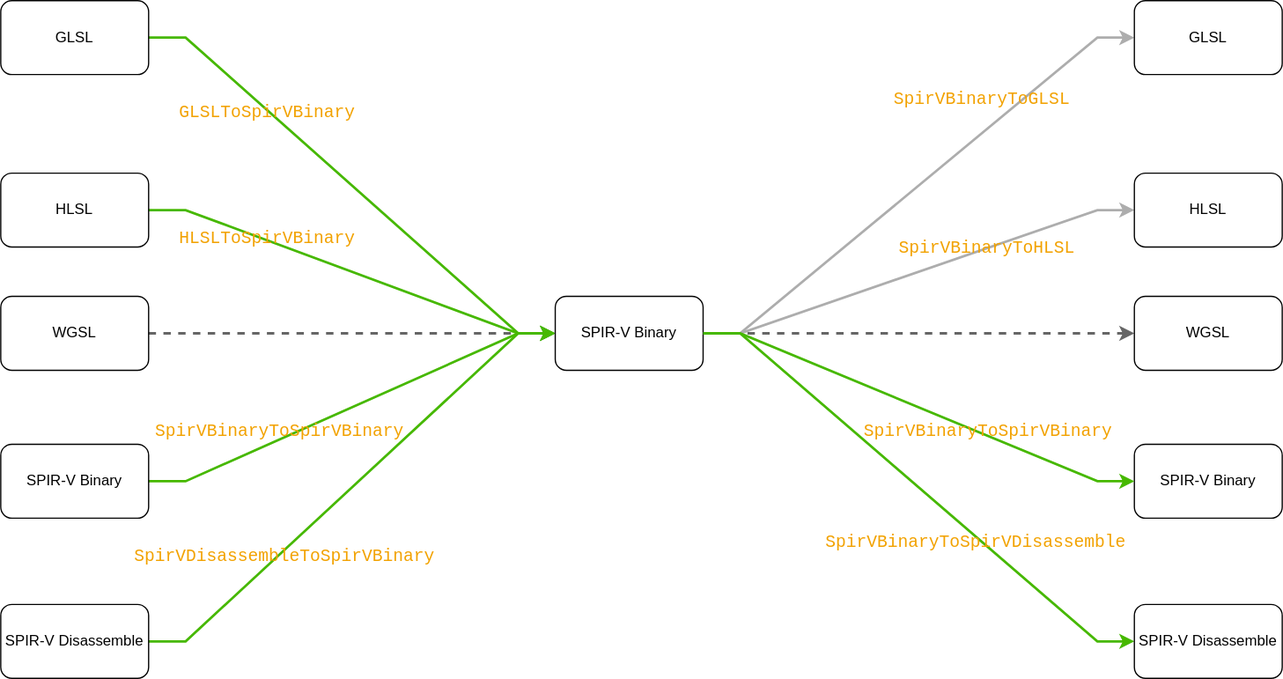
Before: source/_static/WebGPU/ShaderCompiler/ConvertMap.drawio.svg, a diagram exported from draw.io (FuXiii/Essentials.of.Vulkan). Source tidied: cells renumbered, new cells last; positions are measured from the earlier drawing's top-left corner, leaving out a move shared by most shapes.
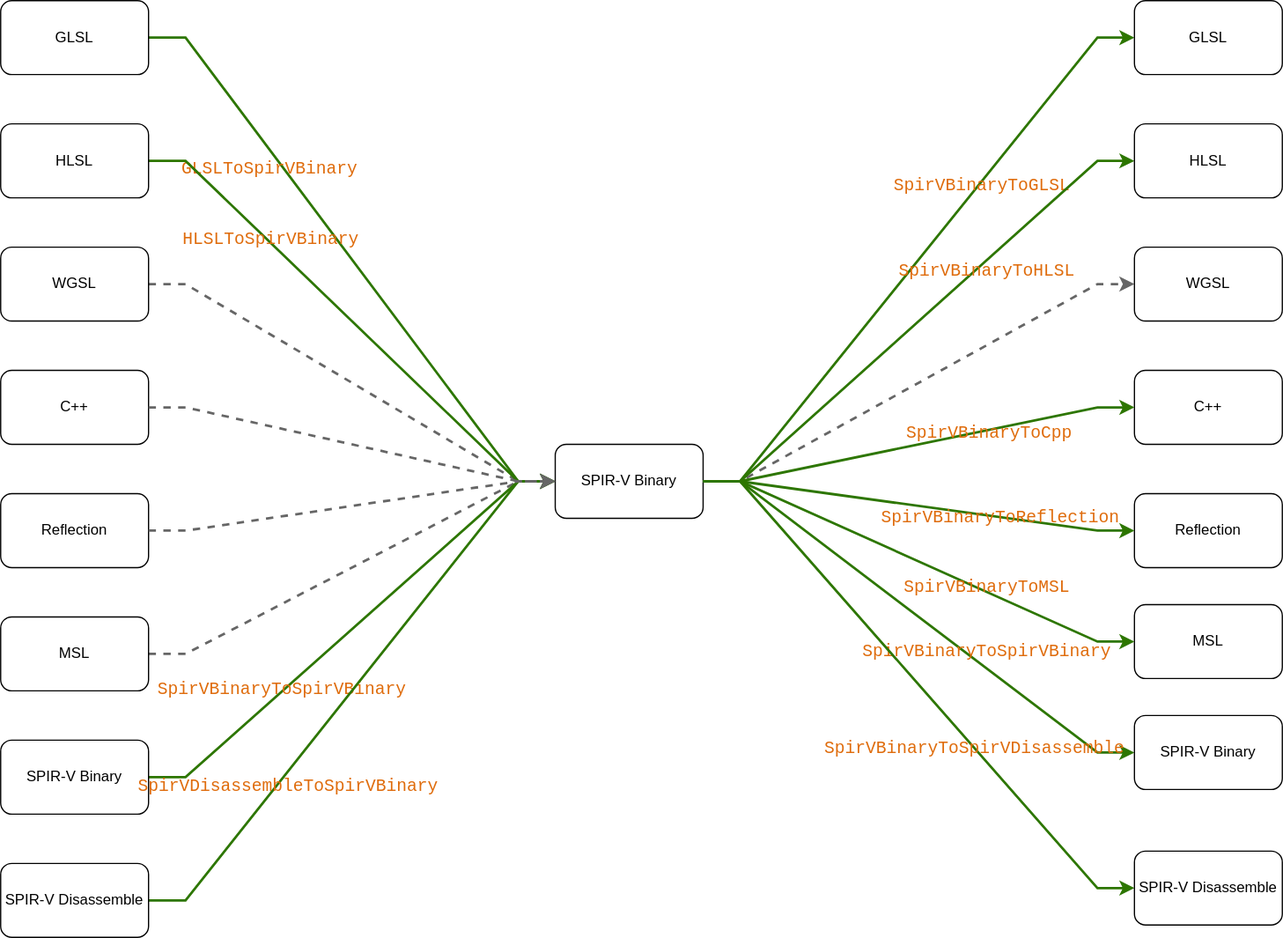
The same diagram one commit later.

What changed in the source:
```diff
@@ -2,27 +2,30 @@
   <root>
     <mxCell id="0" />
     <mxCell id="1" parent="0" />
+    <mxCell id="31" style="edgeStyle=entityRelationEdgeStyle;rounded=0;jettySize=auto;html=1;dashed=1;fillColor=#f5f5f5;gradientColor=#b3b3b3;strokeColor=#666666;strokeWidth=2;" parent="1" edge="1" source="32" target="23">
+      <mxGeometry relative="1" as="geometry" />
+    </mxCell>
     <mxCell id="2" style="edgeStyle=entityRelationEdgeStyle;rounded=0;jettySize=auto;html=1;dashed=1;fillColor=#f5f5f5;gradientColor=#b3b3b3;strokeColor=#666666;strokeWidth=2;" parent="1" edge="1" source="23" target="28">
       <mxGeometry relative="1" as="geometry" />
     </mxCell>
     <mxCell id="3" style="edgeStyle=entityRelationEdgeStyle;rounded=0;jettySize=auto;html=1;dashed=1;fillColor=#f5f5f5;gradientColor=#b3b3b3;strokeColor=#666666;strokeWidth=2;" parent="1" edge="1" source="16" target="23">
       <mxGeometry relative="1" as="geometry" />
     </mxCell>
-    <mxCell id="4" style="edgeStyle=entityRelationEdgeStyle;rounded=0;jettySize=auto;html=1;fillColor=#60a917;strokeColor=#46B800;strokeWidth=2;" parent="1" edge="1" source="6" target="23">
+    <mxCell id="4" style="edgeStyle=entityRelationEdgeStyle;rounded=0;jettySize=auto;html=1;fillColor=#60a917;strokeColor=#2D7600;strokeWidth=2;" parent="1" edge="1" source="6" target="23">
       <mxGeometry relative="1" as="geometry" />
     </mxCell>
-    <mxCell id="5" value="&lt;div style=&quot;font-family: Consolas, &amp;quot;Courier New&amp;quot;, monospace; font-size: 14px; line-height: 19px;&quot;&gt;&lt;span style=&quot;&quot;&gt;GLSLToSpirVBinary&lt;/span&gt;&lt;/div&gt;" style="edgeLabel;html=1;align=center;verticalAlign=middle;labelBackgroundColor=none;fontColor=#F2A200;" parent="4" vertex="1">
+    <mxCell id="5" value="&lt;div style=&quot;font-family: Consolas, &amp;quot;Courier New&amp;quot;, monospace; font-size: 14px; line-height: 19px;&quot;&gt;&lt;span style=&quot;&quot;&gt;GLSLToSpirVBinary&lt;/span&gt;&lt;/div&gt;" style="edgeLabel;html=1;align=center;verticalAlign=middle;fontColor=#DF6C0C;labelBackgroundColor=none;" parent="4" vertex="1">
       <mxGeometry x="-0.22" y="1" relative="1" as="geometry">
         <mxPoint x="-35" y="-28" as="offset" />
       </mxGeometry>
     </mxCell>
     <mxCell id="6" value="GLSL" style="rounded=1;whiteSpace=wrap;html=1;" parent="1" vertex="1">
-      <mxGeometry width="120" height="60" as="geometry" />
+      <mxGeometry y="40" width="120" height="60" as="geometry" />
     </mxCell>
-    <mxCell id="7" style="edgeStyle=entityRelationEdgeStyle;rounded=0;jettySize=auto;html=1;fillColor=#60a917;strokeColor=#46B800;strokeWidth=2;" parent="1" edge="1" source="9" target="23">
+    <mxCell id="7" style="edgeStyle=entityRelationEdgeStyle;rounded=0;jettySize=auto;html=1;fillColor=#60a917;strokeColor=#2D7600;strokeWidth=2;" parent="1" edge="1" source="9" target="23">
       <mxGeometry relative="1" as="geometry" />
     </mxCell>
-    <mxCell id="8" value="&lt;div style=&quot;font-family: Consolas, &amp;quot;Courier New&amp;quot;, monospace; font-size: 14px; line-height: 19px;&quot;&gt;&lt;span style=&quot;&quot;&gt;HLSLToSpirVBinary&lt;/span&gt;&lt;/div&gt;" style="edgeLabel;html=1;align=center;verticalAlign=middle;labelBackgroundColor=none;fontColor=#F2A200;" parent="7" vertex="1">
+    <mxCell id="8" value="&lt;div style=&quot;font-family: Consolas, &amp;quot;Courier New&amp;quot;, monospace; font-size: 14px; line-height: 19px;&quot;&gt;&lt;span style=&quot;&quot;&gt;HLSLToSpirVBinary&lt;/span&gt;&lt;/div&gt;" style="edgeLabel;html=1;align=center;verticalAlign=middle;fontColor=#DF6C0C;labelBackgroundColor=none;" parent="7" vertex="1">
       <mxGeometry x="-0.43" y="1" relative="1" as="geometry">
         <mxPoint y="-1" as="offset" />
       </mxGeometry>
@@ -30,80 +33,128 @@
     <mxCell id="9" value="HLSL" style="rounded=1;whiteSpace=wrap;html=1;" parent="1" vertex="1">
       <mxGeometry y="140" width="120" height="60" as="geometry" />
     </mxCell>
-    <mxCell id="10" style="edgeStyle=entityRelationEdgeStyle;rounded=0;jettySize=auto;html=1;fillColor=#60a917;strokeColor=#46B800;strokeWidth=2;" parent="1" edge="1" source="12" target="23">
+    <mxCell id="10" style="edgeStyle=entityRelationEdgeStyle;rounded=0;jettySize=auto;html=1;fillColor=#60a917;strokeColor=#2D7600;strokeWidth=2;" parent="1" edge="1" source="12" target="23">
       <mxGeometry relative="1" as="geometry" />
     </mxCell>
-    <mxCell id="11" value="&lt;div style=&quot;font-family: Consolas, &amp;quot;Courier New&amp;quot;, monospace; font-size: 14px; line-height: 19px;&quot;&gt;&lt;span style=&quot;&quot;&gt;SpirVBinaryToSpirVBinary&lt;/span&gt;&lt;/div&gt;" style="edgeLabel;html=1;align=center;verticalAlign=middle;labelBackgroundColor=none;fontColor=#F2A200;" parent="10" vertex="1">
+    <mxCell id="11" value="&lt;div style=&quot;font-family: Consolas, &amp;quot;Courier New&amp;quot;, monospace; font-size: 14px; line-height: 19px;&quot;&gt;&lt;span style=&quot;&quot;&gt;SpirVBinaryToSpirVBinary&lt;/span&gt;&lt;/div&gt;" style="edgeLabel;html=1;align=center;verticalAlign=middle;fontColor=#DF6C0C;labelBackgroundColor=none;" parent="10" vertex="1">
       <mxGeometry x="-0.42" y="2" relative="1" as="geometry">
         <mxPoint x="10" y="-9" as="offset" />
       </mxGeometry>
     </mxCell>
     <mxCell id="12" value="SPIR-V Binary" style="rounded=1;whiteSpace=wrap;html=1;" parent="1" vertex="1">
-      <mxGeometry y="360" width="120" height="60" as="geometry" />
+      <mxGeometry y="640" width="120" height="60" as="geometry" />
     </mxCell>
-    <mxCell id="13" style="edgeStyle=entityRelationEdgeStyle;rounded=0;jettySize=auto;html=1;fillColor=#60a917;strokeColor=#46B800;strokeWidth=2;" parent="1" edge="1" source="15" target="23">
+    <mxCell id="13" style="edgeStyle=entityRelationEdgeStyle;rounded=0;jettySize=auto;html=1;fillColor=#60a917;strokeColor=#2D7600;strokeWidth=2;" parent="1" edge="1" source="15" target="23">
       <mxGeometry relative="1" as="geometry" />
     </mxCell>
-    <mxCell id="14" value="&lt;div style=&quot;font-family: Consolas, &amp;quot;Courier New&amp;quot;, monospace; font-size: 14px; line-height: 19px;&quot;&gt;&lt;span style=&quot;&quot;&gt;SpirVDisassembleToSpirVBinary&lt;/span&gt;&lt;/div&gt;" style="edgeLabel;html=1;align=center;verticalAlign=middle;labelBackgroundColor=none;fontColor=#F2A200;" parent="13" vertex="1">
+    <mxCell id="14" value="&lt;div style=&quot;font-family: Consolas, &amp;quot;Courier New&amp;quot;, monospace; font-size: 14px; line-height: 19px;&quot;&gt;&lt;span style=&quot;&quot;&gt;SpirVDisassembleToSpirVBinary&lt;/span&gt;&lt;/div&gt;" style="edgeLabel;html=1;align=center;verticalAlign=middle;fontColor=#DF6C0C;labelBackgroundColor=none;" parent="13" vertex="1">
       <mxGeometry x="-0.48" y="-2" relative="1" as="geometry">
         <mxPoint x="19" y="-16" as="offset" />
       </mxGeometry>
     </mxCell>
     <mxCell id="15" value="SPIR-V Disassemble" style="rounded=1;whiteSpace=wrap;html=1;" parent="1" vertex="1">
-      <mxGeometry y="490" width="120" height="60" as="geometry" />
+      <mxGeometry y="740" width="120" height="60" as="geometry" />
     </mxCell>
     <mxCell id="16" value="WGSL" style="rounded=1;whiteSpace=wrap;html=1;" parent="1" vertex="1">
       <mxGeometry y="240" width="120" height="60" as="geometry" />
     </mxCell>
+    <mxCell id="29" style="edgeStyle=entityRelationEdgeStyle;rounded=0;jettySize=auto;html=1;fillColor=#60a917;strokeColor=#2D7600;strokeWidth=2;" parent="1" edge="1" source="23" target="26">
+      <mxGeometry relative="1" as="geometry" />
+    </mxCell>
+    <mxCell id="30" value="&lt;div style=&quot;font-family: Consolas, &amp;quot;Courier New&amp;quot;, monospace; font-size: 14px; line-height: 19px;&quot;&gt;&lt;span style=&quot;&quot;&gt;SpirVBinaryToSpirVBinary&lt;/span&gt;&lt;/div&gt;" style="edgeLabel;html=1;align=center;verticalAlign=middle;fontColor=#DF6C0C;labelBackgroundColor=none;" parent="29" vertex="1">
+      <mxGeometry x="0.15" y="-2" relative="1" as="geometry">
+        <mxPoint x="30" y="7" as="offset" />
+      </mxGeometry>
+    </mxCell>
-    <mxCell id="17" style="edgeStyle=entityRelationEdgeStyle;rounded=0;jettySize=auto;html=1;fillColor=#60a917;strokeColor=#46B800;strokeWidth=2;" parent="1" edge="1" source="23" target="27">
+    <mxCell id="17" style="edgeStyle=entityRelationEdgeStyle;rounded=0;jettySize=auto;html=1;fillColor=#60a917;strokeColor=#2D7600;strokeWidth=2;" parent="1" edge="1" source="23" target="27">
       <mxGeometry relative="1" as="geometry" />
     </mxCell>
-    <mxCell id="18" value="&lt;div style=&quot;font-family: Consolas, &amp;quot;Courier New&amp;quot;, monospace; font-size: 14px; line-height: 19px;&quot;&gt;&lt;span style=&quot;&quot;&gt;SpirVBinaryToSpirVDisassemble&lt;/span&gt;&lt;/div&gt;" style="edgeLabel;html=1;align=center;verticalAlign=middle;labelBackgroundColor=none;fontColor=#F2A200;" parent="17" vertex="1">
+    <mxCell id="18" value="&lt;div style=&quot;font-family: Consolas, &amp;quot;Courier New&amp;quot;, monospace; font-size: 14px; line-height: 19px;&quot;&gt;&lt;span style=&quot;&quot;&gt;SpirVBinaryToSpirVDisassemble&lt;/span&gt;&lt;/div&gt;" style="edgeLabel;html=1;align=center;verticalAlign=middle;fontColor=#DF6C0C;labelBackgroundColor=none;" parent="17" vertex="1">
       <mxGeometry x="0.17" y="-1" relative="1" as="geometry">
         <mxPoint x="18" y="20" as="offset" />
       </mxGeometry>
     </mxCell>
-    <mxCell id="19" style="edgeStyle=entityRelationEdgeStyle;rounded=0;jettySize=auto;html=1;fillColor=#f5f5f5;strokeColor=#ADADAD;gradientColor=#b3b3b3;strokeWidth=2;" parent="1" edge="1" source="23" target="24">
+    <mxCell id="19" style="edgeStyle=entityRelationEdgeStyle;rounded=0;jettySize=auto;html=1;fillColor=#60a917;strokeColor=#2D7600;gradientColor=#b3b3b3;strokeWidth=2;" parent="1" edge="1" source="23" target="24">
       <mxGeometry relative="1" as="geometry" />
     </mxCell>
-    <mxCell id="20" value="&lt;div style=&quot;font-family: Consolas, &amp;quot;Courier New&amp;quot;, monospace; font-size: 14px; line-height: 19px;&quot;&gt;&lt;span style=&quot;&quot;&gt;SpirVBinaryToGLSL&lt;/span&gt;&lt;/div&gt;" style="edgeLabel;html=1;align=center;verticalAlign=middle;labelBackgroundColor=none;fontColor=#F2A200;" parent="19" vertex="1">
+    <mxCell id="20" value="&lt;div style=&quot;font-family: Consolas, &amp;quot;Courier New&amp;quot;, monospace; font-size: 14px; line-height: 19px;&quot;&gt;&lt;span style=&quot;&quot;&gt;SpirVBinaryToGLSL&lt;/span&gt;&lt;/div&gt;" style="edgeLabel;html=1;align=center;verticalAlign=middle;labelBackgroundColor=none;fontColor=#df6c0c;" parent="19" vertex="1">
       <mxGeometry x="-0.16" y="1" relative="1" as="geometry">
         <mxPoint x="77" y="-92" as="offset" />
       </mxGeometry>
     </mxCell>
-    <mxCell id="21" style="edgeStyle=entityRelationEdgeStyle;rounded=0;jettySize=auto;html=1;fillColor=#f5f5f5;strokeColor=#ADADAD;gradientColor=#b3b3b3;strokeWidth=2;" parent="1" edge="1" source="23" target="25">
+    <mxCell id="21" style="edgeStyle=entityRelationEdgeStyle;rounded=0;jettySize=auto;html=1;fillColor=#60a917;strokeColor=#2D7600;gradientColor=#b3b3b3;strokeWidth=2;" parent="1" edge="1" source="23" target="25">
       <mxGeometry relative="1" as="geometry" />
     </mxCell>
-    <mxCell id="22" value="&lt;div style=&quot;font-family: Consolas, &amp;quot;Courier New&amp;quot;, monospace; font-size: 14px; line-height: 19px;&quot;&gt;&lt;span style=&quot;&quot;&gt;SpirVBinaryToHLSL&lt;/span&gt;&lt;/div&gt;" style="edgeLabel;html=1;align=center;verticalAlign=middle;labelBackgroundColor=none;fontColor=#F2A200;" parent="21" vertex="1">
+    <mxCell id="22" value="&lt;div style=&quot;font-family: Consolas, &amp;quot;Courier New&amp;quot;, monospace; font-size: 14px; line-height: 19px;&quot;&gt;&lt;span style=&quot;&quot;&gt;SpirVBinaryToHLSL&lt;/span&gt;&lt;br&gt;&lt;/div&gt;" style="edgeLabel;html=1;align=center;verticalAlign=middle;fontColor=#DF6C0C;labelBackgroundColor=none;" parent="21" vertex="1">
       <mxGeometry x="-0.01" y="-2" relative="1" as="geometry">
-        <mxPoint x="55" y="-22" as="offset" />
+        <mxPoint x="54" y="-42" as="offset" />
       </mxGeometry>
     </mxCell>
     <mxCell id="23" value="SPIR-V Binary" style="rounded=1;whiteSpace=wrap;html=1;" parent="1" vertex="1">
-      <mxGeometry x="450" y="240" width="120" height="60" as="geometry" />
+      <mxGeometry x="450" y="400" width="120" height="60" as="geometry" />
     </mxCell>
     <mxCell id="24" value="GLSL" style="rounded=1;whiteSpace=wrap;html=1;" parent="1" vertex="1">
-      <mxGeometry x="920" width="120" height="60" as="geometry" />
+      <mxGeometry x="920" y="40" width="120" height="60" as="geometry" />
     </mxCell>
     <mxCell id="25" value="HLSL" style="rounded=1;whiteSpace=wrap;html=1;" parent="1" vertex="1">
       <mxGeometry x="920" y="140" width="120" height="60" as="geometry" />
     </mxCell>
     <mxCell id="26" value="SPIR-V Binary" style="rounded=1;whiteSpace=wrap;html=1;" parent="1" vertex="1">
-      <mxGeometry x="920" y="360" width="120" height="60" as="geometry" />
+      <mxGeometry x="920" y="620" width="120" height="60" as="geometry" />
     </mxCell>
     <mxCell id="27" value="SPIR-V Disassemble" style="rounded=1;whiteSpace=wrap;html=1;" parent="1" vertex="1">
-      <mxGeometry x="920" y="490" width="120" height="60" as="geometry" />
+      <mxGeometry x="920" y="730" width="120" height="60" as="geometry" />
     </mxCell>
     <mxCell id="28" value="WGSL" style="rounded=1;whiteSpace=wrap;html=1;" parent="1" vertex="1">
       <mxGeometry x="920" y="240" width="120" height="60" as="geometry" />
     </mxCell>
-    <mxCell id="29" style="edgeStyle=entityRelationEdgeStyle;rounded=0;jettySize=auto;html=1;fillColor=#60a917;strokeColor=#46B800;strokeWidth=2;" parent="1" edge="1" source="23" target="26">
-      <mxGeometry relative="1" as="geometry" />
-    </mxCell>
-    <mxCell id="30" value="&lt;div style=&quot;font-family: Consolas, &amp;quot;Courier New&amp;quot;, monospace; font-size: 14px; line-height: 19px;&quot;&gt;&lt;span style=&quot;&quot;&gt;SpirVBinaryToSpirVBinary&lt;/span&gt;&lt;/div&gt;" style="edgeLabel;html=1;align=center;verticalAlign=middle;labelBackgroundColor=none;fontColor=#F2A200;" parent="29" vertex="1">
-      <mxGeometry x="0.15" y="-2" relative="1" as="geometry">
-        <mxPoint x="30" y="7" as="offset" />
-      </mxGeometry>
-    </mxCell>
+    <mxCell id="32" value="MSL" style="rounded=1;whiteSpace=wrap;html=1;" parent="1" vertex="1">
+      <mxGeometry y="540" width="120" height="60" as="geometry" />
+    </mxCell>
+    <mxCell id="33" value="MSL" style="rounded=1;whiteSpace=wrap;html=1;" parent="1" vertex="1">
+      <mxGeometry x="920" y="530" width="120" height="60" as="geometry" />
+    </mxCell>
+    <mxCell id="34" style="edgeStyle=entityRelationEdgeStyle;rounded=0;jettySize=auto;html=1;fillColor=#60a917;strokeColor=#2D7600;strokeWidth=2;" parent="1" edge="1" source="23" target="33">
+      <mxGeometry relative="1" as="geometry" />
+    </mxCell>
+    <mxCell id="35" value="&lt;div style=&quot;font-family: Consolas, &amp;quot;Courier New&amp;quot;, monospace; font-size: 14px; line-height: 19px;&quot;&gt;&lt;div style=&quot;line-height: 19px;&quot;&gt;&lt;span style=&quot;&quot;&gt;SpirVBinaryToMSL&lt;/span&gt;&lt;/div&gt;&lt;/div&gt;" style="edgeLabel;html=1;align=center;verticalAlign=middle;fontColor=#DF6C0C;labelBackgroundColor=none;" parent="34" vertex="1">
+      <mxGeometry x="0.15" y="-2" relative="1" as="geometry">
+        <mxPoint x="30" y="7" as="offset" />
+      </mxGeometry>
+    </mxCell>
+    <mxCell id="36" value="C++" style="rounded=1;whiteSpace=wrap;html=1;" parent="1" vertex="1">
+      <mxGeometry y="340" width="120" height="60" as="geometry" />
+    </mxCell>
+    <mxCell id="37" value="Reflection" style="rounded=1;whiteSpace=wrap;html=1;" parent="1" vertex="1">
+      <mxGeometry y="440" width="120" height="60" as="geometry" />
+    </mxCell>
+    <mxCell id="38" style="edgeStyle=entityRelationEdgeStyle;rounded=0;jettySize=auto;html=1;dashed=1;fillColor=#f5f5f5;gradientColor=#b3b3b3;strokeColor=#666666;strokeWidth=2;" parent="1" edge="1" source="36" target="23">
+      <mxGeometry relative="1" as="geometry" />
+    </mxCell>
+    <mxCell id="39" style="edgeStyle=entityRelationEdgeStyle;rounded=0;jettySize=auto;html=1;dashed=1;fillColor=#f5f5f5;gradientColor=#b3b3b3;strokeColor=#666666;strokeWidth=2;" parent="1" edge="1" source="37" target="23">
+      <mxGeometry relative="1" as="geometry" />
+    </mxCell>
+    <mxCell id="40" value="Reflection" style="rounded=1;whiteSpace=wrap;html=1;" parent="1" vertex="1">
+      <mxGeometry x="920" y="440" width="120" height="60" as="geometry" />
+    </mxCell>
+    <mxCell id="41" value="C++" style="rounded=1;whiteSpace=wrap;html=1;" parent="1" vertex="1">
+      <mxGeometry x="920" y="340" width="120" height="60" as="geometry" />
+    </mxCell>
+    <mxCell id="42" style="edgeStyle=entityRelationEdgeStyle;rounded=0;jettySize=auto;html=1;fillColor=#60a917;strokeColor=#2D7600;strokeWidth=2;" parent="1" edge="1" source="23" target="40">
+      <mxGeometry relative="1" as="geometry" />
+    </mxCell>
+    <mxCell id="43" value="&lt;div style=&quot;font-family: Consolas, &amp;quot;Courier New&amp;quot;, monospace; font-size: 14px; line-height: 19px;&quot;&gt;&lt;div style=&quot;line-height: 19px;&quot;&gt;&lt;div style=&quot;line-height: 19px;&quot;&gt;&lt;span style=&quot;&quot;&gt;SpirVBinaryToReflection&lt;/span&gt;&lt;/div&gt;&lt;/div&gt;&lt;/div&gt;" style="edgeLabel;html=1;align=center;verticalAlign=middle;fontColor=#DF6C0C;labelBackgroundColor=none;" parent="42" vertex="1">
+      <mxGeometry x="0.15" y="-2" relative="1" as="geometry">
+        <mxPoint x="39" y="4" as="offset" />
+      </mxGeometry>
+    </mxCell>
+    <mxCell id="44" style="edgeStyle=entityRelationEdgeStyle;rounded=0;jettySize=auto;html=1;fillColor=#60a917;strokeColor=#2D7600;strokeWidth=2;" parent="1" edge="1" source="23" target="41">
+      <mxGeometry relative="1" as="geometry" />
+    </mxCell>
+    <mxCell id="45" value="&lt;div style=&quot;font-family: Consolas, &amp;quot;Courier New&amp;quot;, monospace; font-size: 14px; line-height: 19px;&quot;&gt;&lt;div style=&quot;line-height: 19px;&quot;&gt;&lt;div style=&quot;line-height: 19px;&quot;&gt;&lt;span style=&quot;&quot;&gt;SpirVBinaryToCpp&lt;/span&gt;&lt;/div&gt;&lt;/div&gt;&lt;/div&gt;" style="edgeLabel;html=1;align=center;verticalAlign=middle;fontColor=#DF6C0C;labelBackgroundColor=none;" parent="44" vertex="1">
+      <mxGeometry x="0.15" y="-2" relative="1" as="geometry">
+        <mxPoint x="30" y="-6" as="offset" />
+      </mxGeometry>
+    </mxCell>
   </root>
 </mxGraphModel>
```
